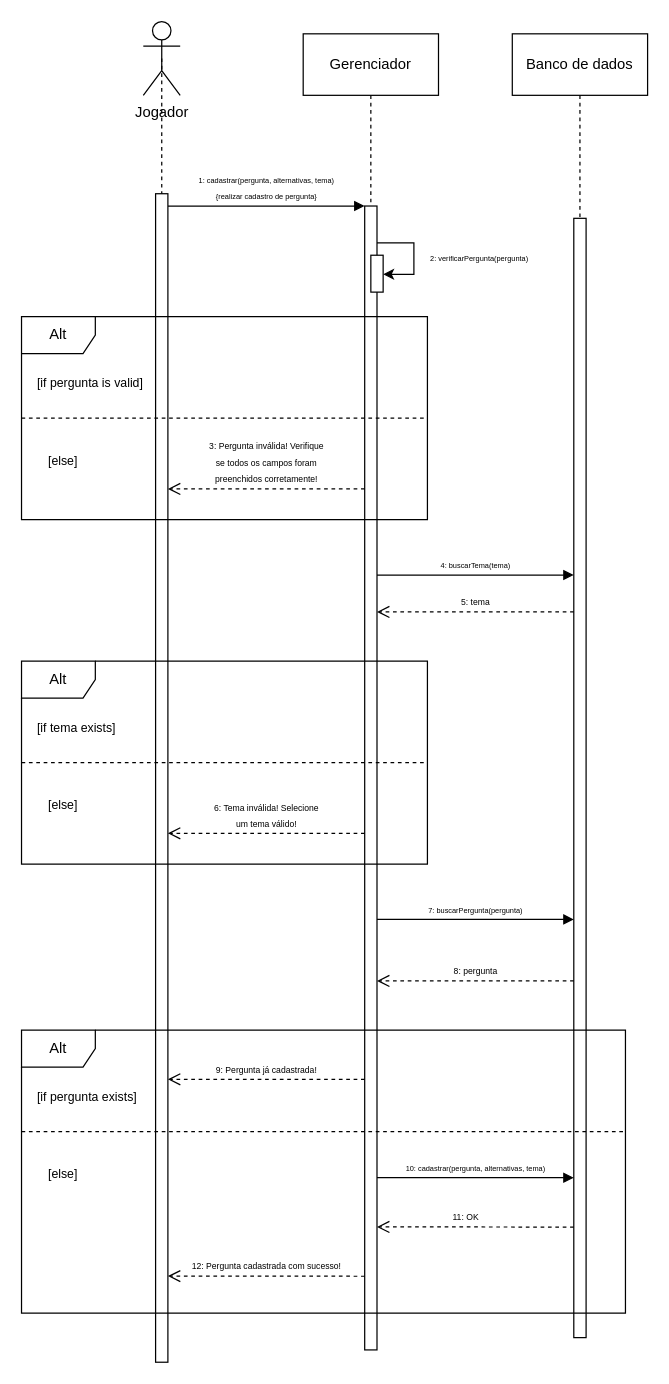
Before: page "CadastrarPergunta" (5 of 6) of docs/quizzle.drawio in wendel-nogueira/quizzle-docs, a draw.io diagram. Source tidied: cells renumbered, new cells numbered last; positions are measured from the earlier drawing's top-left corner, leaving out a move shared by most shapes. Both pictures are drawn from the tidied source at 123%, with x=0, y=0 at pixel (21, 21).
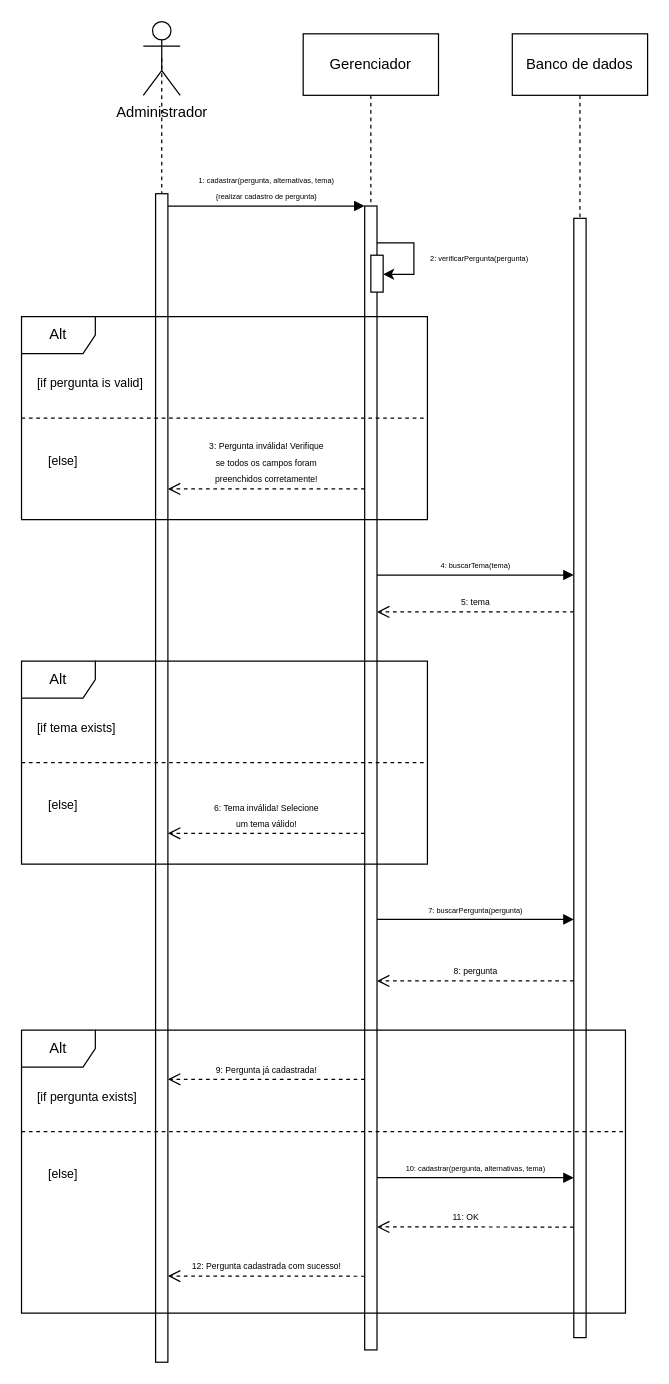
The same page after the edit.

Change to the diagram source:
```diff
@@
-    <mxCell id="3" value="Jogador" style="shape=umlActor;verticalLabelPosition=bottom;verticalAlign=top;html=1;" parent="1" vertex="1">
+    <mxCell id="3" value="Administrador" style="shape=umlActor;verticalLabelPosition=bottom;verticalAlign=top;html=1;" parent="1" vertex="1">
       <mxGeometry x="99" width="30" height="60" as="geometry" />
     </mxCell>
```
